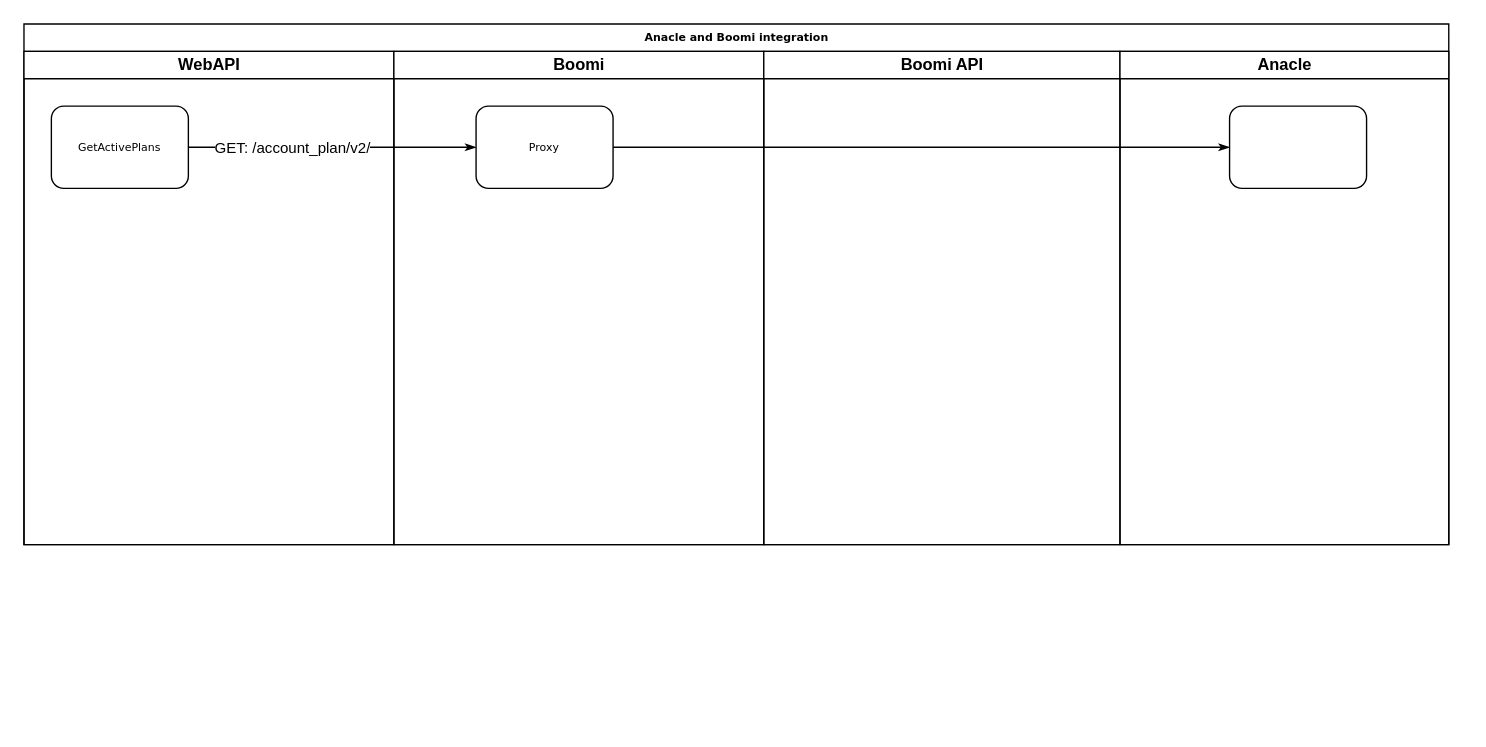
Before: KeppelElectric/Untitled Diagram.drawio in swotiendang/DrawIO, a draw.io diagram. Source tidied: cells renumbered, new cells numbered last; positions are measured from the earlier drawing's top-left corner, leaving out a move shared by most shapes. Both pictures are drawn from the tidied source at 137%, with x=0, y=0 at pixel (23, 23).
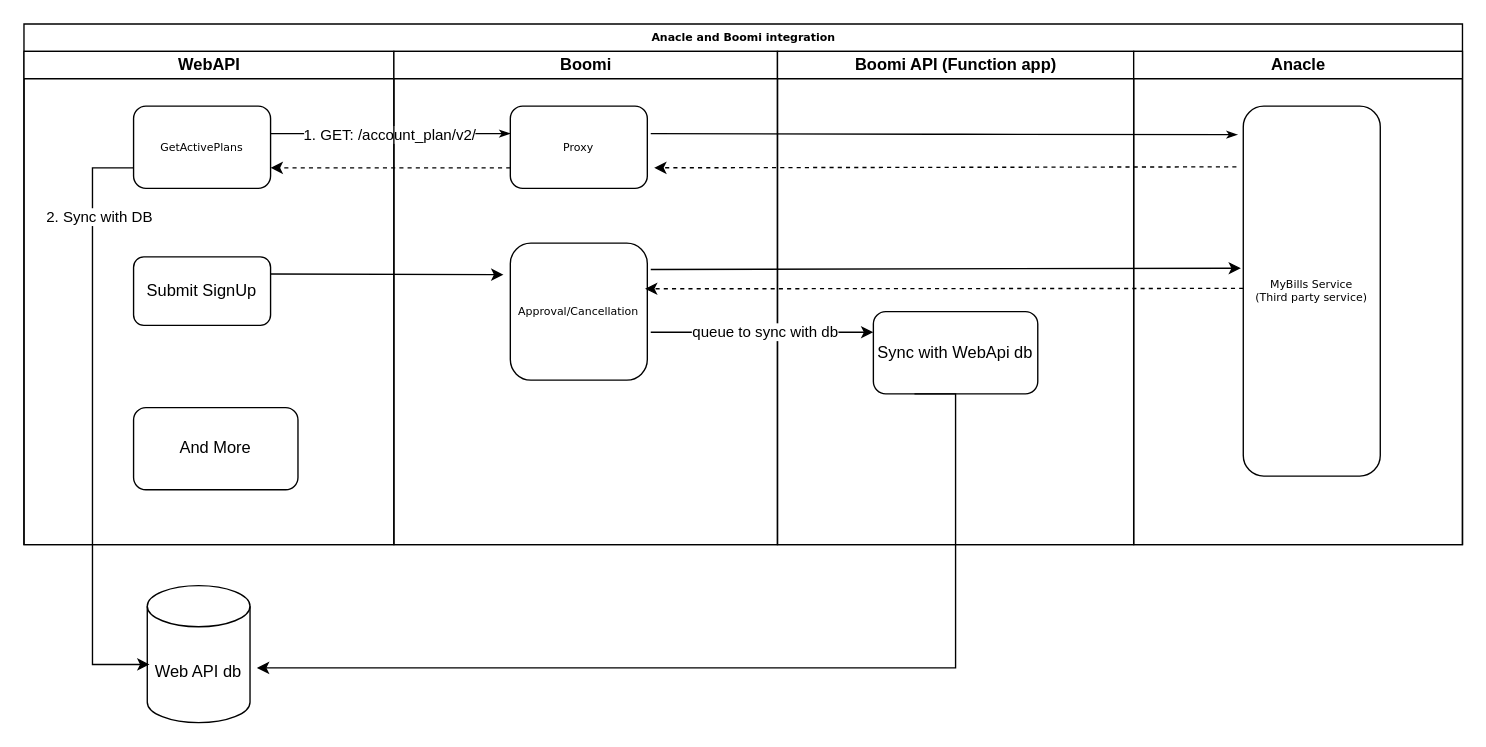
Above is the later version.

Commit message (it also covers changes not shown here):
Anacle and Boomi integration

Unchanged cells that the change refers to:
```xml
<mxCell id="3" value="WebAPI" style="swimlane;html=1;startSize=20;" parent="2" vertex="1">
  <mxGeometry y="20" width="270" height="360" as="geometry" />
</mxCell>
```

What changed in the source:
```diff
@@
     <mxCell id="2" value="Anacle and Boomi integration" style="swimlane;html=1;startSize=20;rounded=0;shadow=0;labelBackgroundColor=none;strokeWidth=1;fontFamily=Verdana;fontSize=8;align=center;" parent="1" vertex="1">
-      <mxGeometry width="1040" height="380" as="geometry" />
+      <mxGeometry width="1050" height="380" as="geometry" />
     </mxCell>
@@
     <mxCell id="4" value="GetActivePlans" style="rounded=1;whiteSpace=wrap;html=1;shadow=0;labelBackgroundColor=none;strokeWidth=1;fontFamily=Verdana;fontSize=8;align=center;" parent="3" vertex="1">
-      <mxGeometry x="20" y="40" width="100" height="60" as="geometry" />
+      <mxGeometry x="80" y="40" width="100" height="60" as="geometry" />
     </mxCell>
+    <mxCell id="13" value="Submit SignUp" style="rounded=1;whiteSpace=wrap;html=1;" parent="3" vertex="1">
+      <mxGeometry x="80" y="150" width="100" height="50" as="geometry" />
+    </mxCell>
+    <mxCell id="14" value="And More" style="rounded=1;whiteSpace=wrap;html=1;" parent="3" vertex="1">
+      <mxGeometry x="80" y="260" width="120" height="60" as="geometry" />
+    </mxCell>
     <mxCell id="5" style="edgeStyle=orthogonalEdgeStyle;rounded=1;html=1;labelBackgroundColor=none;startArrow=none;startFill=0;startSize=5;endArrow=classicThin;endFill=1;endSize=5;jettySize=auto;strokeWidth=1;fontFamily=Verdana;fontSize=8;" parent="2" edge="1" source="4" target="9">
-      <mxGeometry relative="1" as="geometry" />
+      <mxGeometry relative="1" as="geometry">
+        <Array as="points">
+          <mxPoint x="310" y="80" />
+          <mxPoint x="310" y="80" />
+        </Array>
+      </mxGeometry>
     </mxCell>
-    <mxCell id="6" value="GET: /account_plan/v2/" style="edgeLabel;html=1;align=center;verticalAlign=middle;" parent="5" vertex="1">
+    <mxCell id="6" value="1. GET: /account_plan/v2/" style="edgeLabel;html=1;align=center;verticalAlign=middle;" parent="5" vertex="1">
       <mxGeometry x="-0.57" y="2" relative="1" as="geometry">
-        <mxPoint x="30" y="2" as="offset" />
+        <mxPoint x="48" y="2" as="offset" />
       </mxGeometry>
     </mxCell>
-    <mxCell id="7" style="edgeStyle=orthogonalEdgeStyle;rounded=1;html=1;labelBackgroundColor=none;startArrow=none;startFill=0;startSize=5;endArrow=classicThin;endFill=1;endSize=5;jettySize=auto;strokeWidth=1;fontFamily=Verdana;fontSize=8;exitX=1;exitY=0.5;exitDx=0;exitDy=0;entryX=0;entryY=0.5;entryDx=0;entryDy=0;" parent="2" edge="1" source="9" target="12">
-      <mxGeometry relative="1" as="geometry">
-        <Array as="points">
-          <mxPoint x="590" y="90" />
-          <mxPoint x="590" y="90" />
-        </Array>
-      </mxGeometry>
-    </mxCell>
-    <mxCell id="8" value="Boomi" style="swimlane;html=1;startSize=20;" parent="2" vertex="1">
-      <mxGeometry x="270" y="20" width="270" height="360" as="geometry" />
+    <mxCell id="8" value="Boomi" style="swimlane;html=1;startSize=20;strokeColor=default;rounded=0;shadow=0;" parent="2" vertex="1">
+      <mxGeometry x="270" y="20" width="280" height="360" as="geometry" />
     </mxCell>
     <mxCell id="9" value="Proxy" style="rounded=1;whiteSpace=wrap;html=1;shadow=0;labelBackgroundColor=none;strokeWidth=1;fontFamily=Verdana;fontSize=8;align=center;" parent="8" vertex="1">
-      <mxGeometry x="60" y="40" width="100" height="60" as="geometry" />
+      <mxGeometry x="85" y="40" width="100" height="60" as="geometry" />
     </mxCell>
+    <mxCell id="7" style="edgeStyle=orthogonalEdgeStyle;rounded=1;html=1;labelBackgroundColor=none;startArrow=none;startFill=0;startSize=5;endArrow=classicThin;endFill=1;endSize=5;jettySize=auto;strokeWidth=1;fontFamily=Verdana;fontSize=8;exitX=1;exitY=0.5;exitDx=0;exitDy=0;entryX=-0.042;entryY=0.077;entryDx=0;entryDy=0;entryPerimeter=0;" parent="8" edge="1" target="12">
+      <mxGeometry relative="1" as="geometry">
+        <mxPoint x="187.5" y="60" as="sourcePoint" />
+      </mxGeometry>
+    </mxCell>
+    <mxCell id="15" value="Approval/Cancellation" style="rounded=1;whiteSpace=wrap;html=1;shadow=0;labelBackgroundColor=none;strokeWidth=1;fontFamily=Verdana;fontSize=8;align=center;" parent="8" vertex="1">
+      <mxGeometry x="85" y="140" width="100" height="100" as="geometry" />
+    </mxCell>
-    <mxCell id="10" value="Boomi API" style="swimlane;html=1;startSize=20;" parent="2" vertex="1">
-      <mxGeometry x="540" y="20" width="260" height="360" as="geometry" />
+    <mxCell id="10" value="Boomi API (Function app)" style="swimlane;html=1;startSize=20;strokeColor=default;swimlaneLine=1;glass=0;strokeWidth=1;perimeterSpacing=1;" parent="2" vertex="1">
+      <mxGeometry x="550" y="20" width="260" height="360" as="geometry" />
     </mxCell>
+    <mxCell id="16" value="Sync with WebApi db" style="rounded=1;whiteSpace=wrap;html=1;" parent="10" vertex="1">
+      <mxGeometry x="70" y="190" width="120" height="60" as="geometry" />
+    </mxCell>
+    <mxCell id="17" style="endArrow=classic;html=1;rounded=0;entryX=1.067;entryY=0.6;entryDx=0;entryDy=0;entryPerimeter=0;edgeStyle=orthogonalEdgeStyle;" parent="10" edge="1" target="25">
+      <mxGeometry relative="1" as="geometry">
+        <mxPoint x="100" y="250" as="sourcePoint" />
+        <Array as="points">
+          <mxPoint x="130" y="250" />
+          <mxPoint x="130" y="450" />
+        </Array>
+      </mxGeometry>
+    </mxCell>
-    <mxCell id="11" value="Anacle" style="swimlane;html=1;startSize=20;" parent="2" vertex="1">
-      <mxGeometry x="800" y="20" width="240" height="360" as="geometry" />
+    <mxCell id="11" value="Anacle" style="swimlane;html=1;startSize=20;strokeColor=default;" parent="2" vertex="1">
+      <mxGeometry x="810" y="20" width="240" height="360" as="geometry" />
     </mxCell>
-    <mxCell id="12" style="rounded=1;whiteSpace=wrap;html=1;shadow=0;labelBackgroundColor=none;strokeWidth=1;fontFamily=Verdana;fontSize=8;align=center;" parent="11" vertex="1">
-      <mxGeometry x="80" y="40" width="100" height="60" as="geometry" />
+    <mxCell id="12" value="MyBills Service&lt;div&gt;(Third party service)&lt;/div&gt;" style="rounded=1;whiteSpace=wrap;html=1;shadow=0;labelBackgroundColor=none;strokeWidth=1;fontFamily=Verdana;fontSize=8;align=center;" parent="11" vertex="1">
+      <mxGeometry x="80" y="40" width="100" height="270" as="geometry" />
     </mxCell>
+    <mxCell id="18" style="endArrow=classic;html=1;rounded=0;dashed=1;exitX=-0.05;exitY=0.164;exitDx=0;exitDy=0;exitPerimeter=0;" parent="2" edge="1" source="12">
+      <mxGeometry relative="1" as="geometry">
+        <mxPoint x="460" y="105" as="targetPoint" />
+      </mxGeometry>
+    </mxCell>
+    <mxCell id="19" style="endArrow=classic;html=1;rounded=0;dashed=1;exitX=0;exitY=0.75;exitDx=0;exitDy=0;entryX=1;entryY=0.75;entryDx=0;entryDy=0;" parent="2" edge="1" source="9" target="4">
+      <mxGeometry relative="1" as="geometry" />
+    </mxCell>
+    <mxCell id="20" style="endArrow=classic;html=1;rounded=0;exitX=1;exitY=0.25;exitDx=0;exitDy=0;" parent="2" edge="1" source="13">
+      <mxGeometry relative="1" as="geometry">
+        <mxPoint x="350" y="183" as="targetPoint" />
+      </mxGeometry>
+    </mxCell>
+    <mxCell id="21" style="endArrow=classic;html=1;rounded=0;dashed=1;entryX=0.983;entryY=0.333;entryDx=0;entryDy=0;entryPerimeter=0;" parent="2" edge="1" target="15">
+      <mxGeometry relative="1" as="geometry">
+        <mxPoint x="890" y="193" as="sourcePoint" />
+      </mxGeometry>
+    </mxCell>
+    <mxCell id="22" style="endArrow=classic;html=1;rounded=0;entryX=-0.017;entryY=0.438;entryDx=0;entryDy=0;entryPerimeter=0;exitX=1.025;exitY=0.192;exitDx=0;exitDy=0;exitPerimeter=0;" parent="2" edge="1" source="15" target="12">
+      <mxGeometry relative="1" as="geometry" />
+    </mxCell>
+    <mxCell id="23" style="endArrow=classic;html=1;rounded=0;entryX=0;entryY=0.25;entryDx=0;entryDy=0;exitX=1.025;exitY=0.65;exitDx=0;exitDy=0;exitPerimeter=0;" parent="2" edge="1" source="15" target="16">
+      <mxGeometry relative="1" as="geometry" />
+    </mxCell>
+    <mxCell id="24" value="queue to sync with db" style="edgeLabel;html=1;align=center;verticalAlign=middle;" parent="23" vertex="1">
+      <mxGeometry x="-0.34" y="-1" relative="1" as="geometry">
+        <mxPoint x="29" y="-2" as="offset" />
+      </mxGeometry>
+    </mxCell>
+    <mxCell id="25" value="Web API db" style="shape=cylinder3;whiteSpace=wrap;html=1;boundedLbl=1;backgroundOutline=1;size=15;" parent="1" vertex="1">
+      <mxGeometry x="90" y="410" width="75" height="100" as="geometry" />
+    </mxCell>
+    <mxCell id="26" style="endArrow=classic;html=1;rounded=0;exitX=0;exitY=0.75;exitDx=0;exitDy=0;entryX=0.022;entryY=0.575;entryDx=0;entryDy=0;entryPerimeter=0;edgeStyle=orthogonalEdgeStyle;" parent="1" edge="1" source="4" target="25">
+      <mxGeometry relative="1" as="geometry">
+        <Array as="points">
+          <mxPoint x="50" y="105" />
+          <mxPoint x="50" y="468" />
+        </Array>
+      </mxGeometry>
+    </mxCell>
+    <mxCell id="27" value="2. Sync with DB" style="edgeLabel;html=1;align=center;verticalAlign=middle;" parent="26" vertex="1">
+      <mxGeometry x="-0.7" y="4" relative="1" as="geometry" />
+    </mxCell>
```
